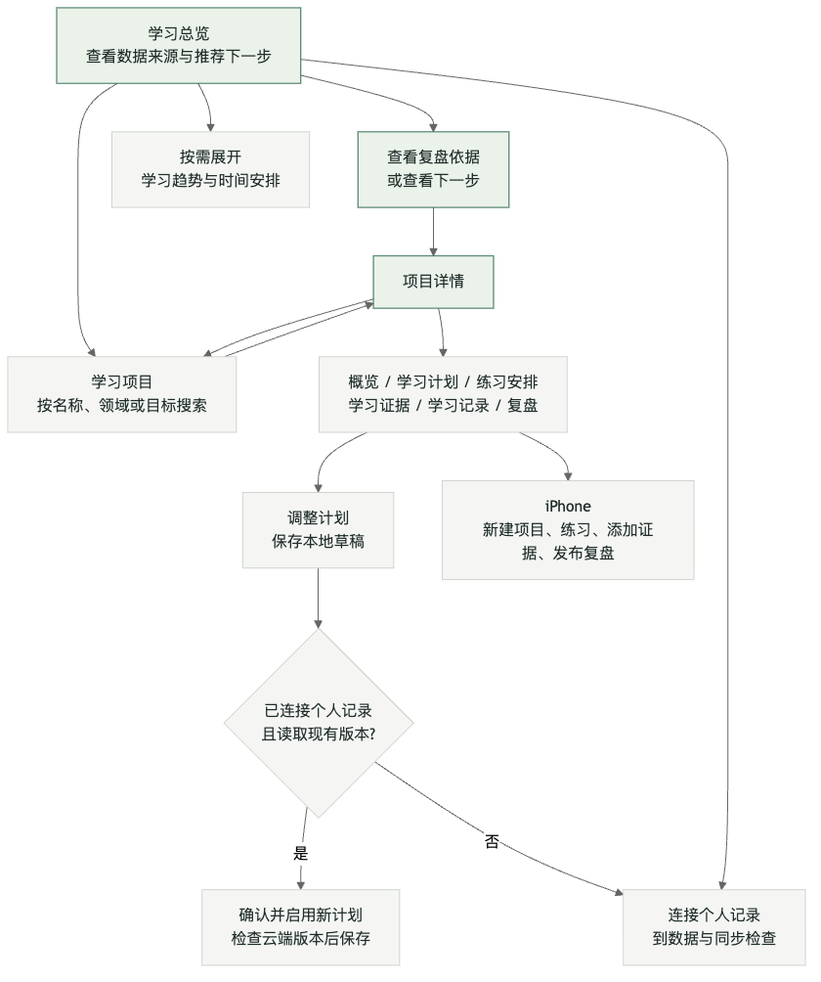
Earlier version of the Mermaid export diagrams/web-usability-flow.png (Panhe-C/self-study-studio). Its source is kept beside it as diagrams/web-usability-flow.mmd.
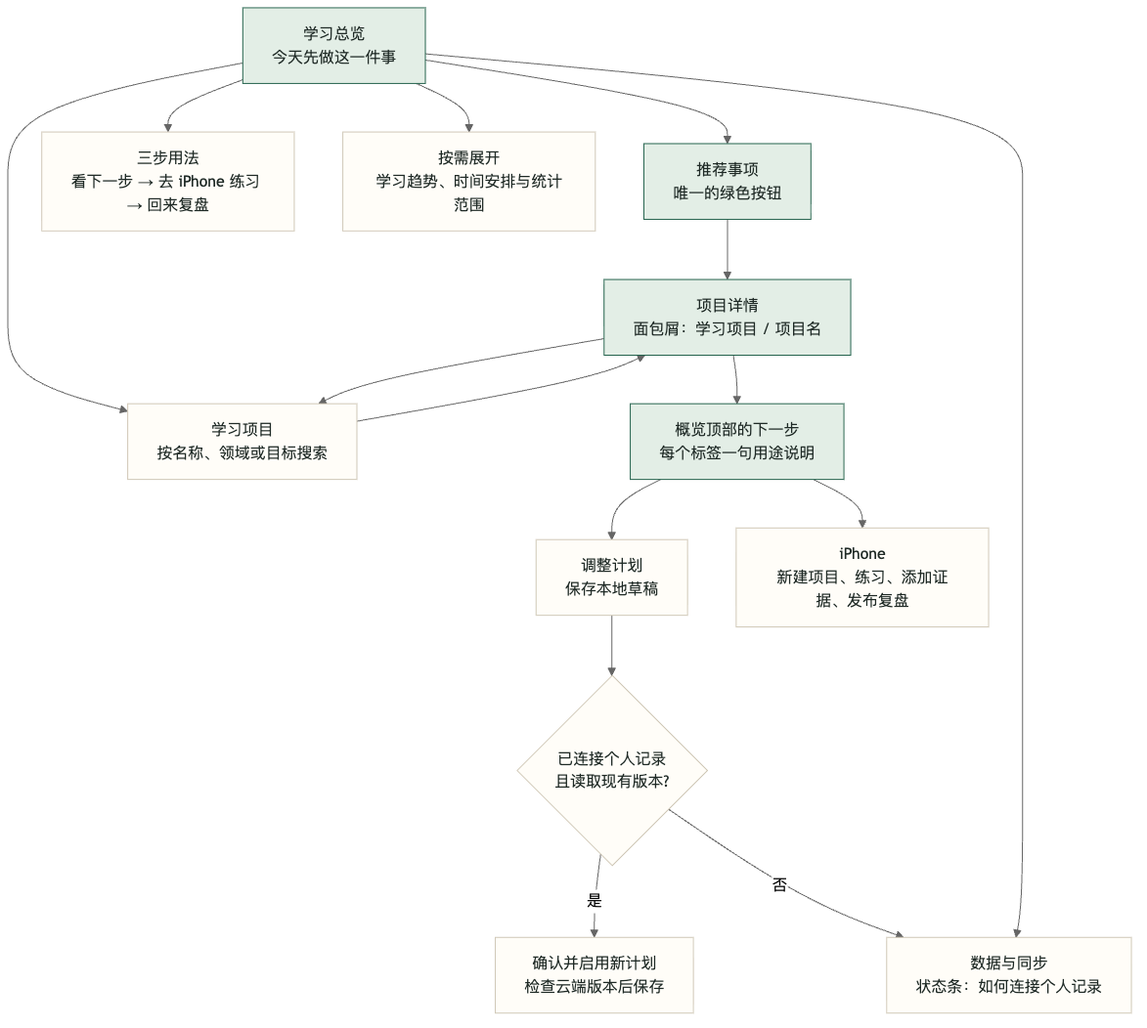
Above is the later version.

What changed in the source:
```diff
@@ -1,18 +1,19 @@
 flowchart TD
-    A[学习总览<br/>查看数据来源与推荐下一步] --> B[查看复盘依据<br/>或查看下一步]
+    A[学习总览<br/>今天先做这一件事] --> B[推荐事项<br/>唯一的绿色按钮]
+    A --> S[三步用法<br/>看下一步 → 去 iPhone 练习 → 回来复盘]
     A --> C[学习项目<br/>按名称、领域或目标搜索]
-    A --> D[按需展开<br/>学习趋势与时间安排]
-    B --> E[项目详情]
+    A --> D[按需展开<br/>学习趋势、时间安排与统计范围]
+    B --> E[项目详情<br/>面包屑：学习项目 / 项目名]
     C --> E
-    E --> F[概览 / 学习计划 / 练习安排<br/>学习证据 / 学习记录 / 复盘]
+    E --> F[概览顶部的下一步<br/>每个标签一句用途说明]
     E --> C
     F --> G[调整计划<br/>保存本地草稿]
     G --> H{已连接个人记录<br/>且读取现有版本?}
     H -->|是| I[确认并启用新计划<br/>检查云端版本后保存]
-    H -->|否| J[连接个人记录<br/>到数据与同步检查]
+    H -->|否| J[数据与同步<br/>状态条：如何连接个人记录]
     A --> J
     F --> K[iPhone<br/>新建项目、练习、添加证据、发布复盘]
-    classDef primary fill:#ebf2e9,stroke:#286650,color:#202e2b
-    classDef secondary fill:#f5f6f3,stroke:#cbd4cc,color:#202e2b
-    class A,B,E primary
-    class C,D,F,G,H,I,J,K secondary
+    classDef primary fill:#e3eee6,stroke:#22614b,color:#1f2a26
+    classDef secondary fill:#fffdf8,stroke:#cfc7b6,color:#1f2a26
+    class A,B,E,F primary
+    class S,C,D,G,H,I,J,K secondary
```
